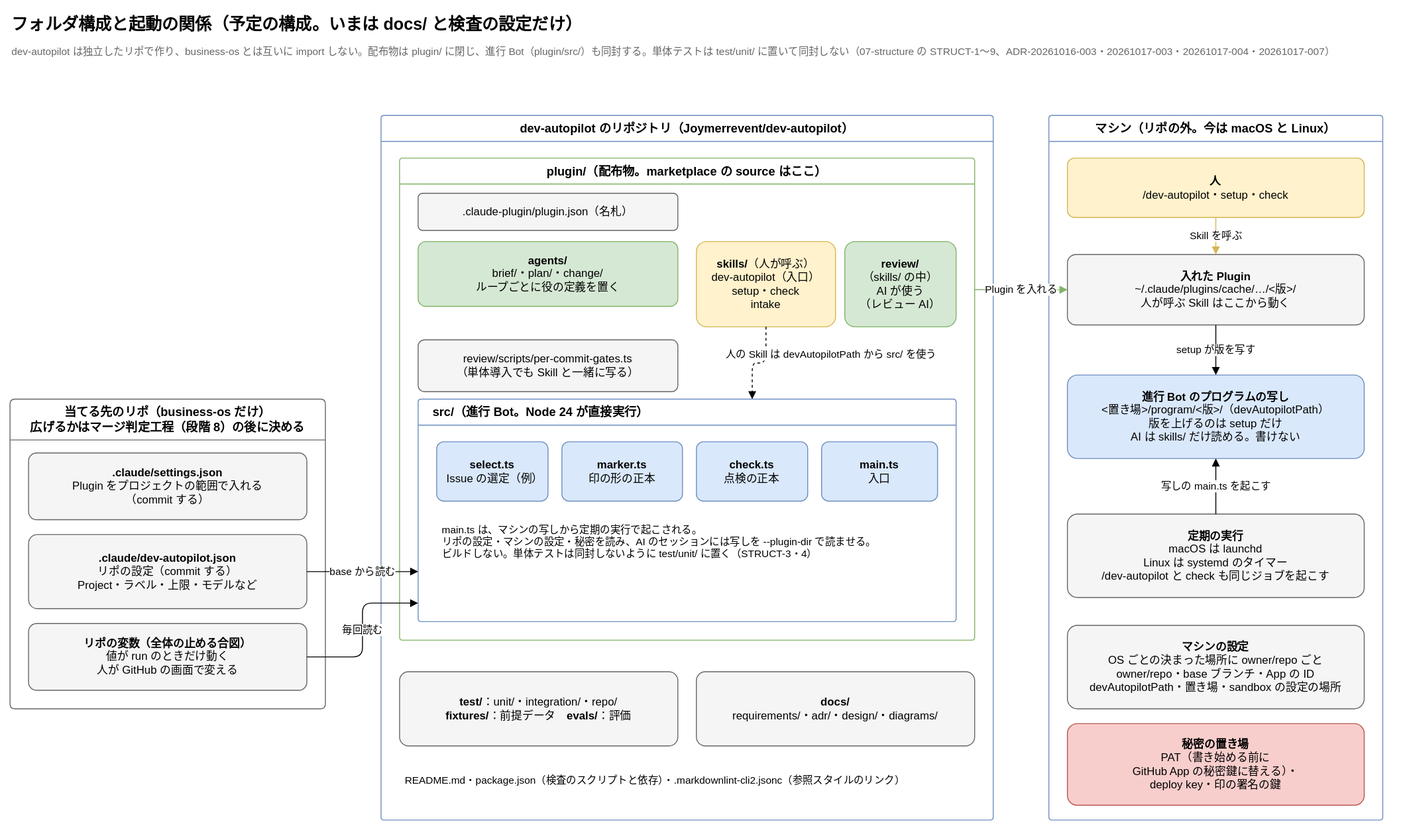
Joymerrevent/dev-autopilot keeps this draw.io diagram as docs/diagrams/structure.drawio.svg. Above is the earlier version. Source tidied: cells renumbered, new cells last; positions are measured from the earlier drawing's top-left corner, leaving out a move shared by most shapes.
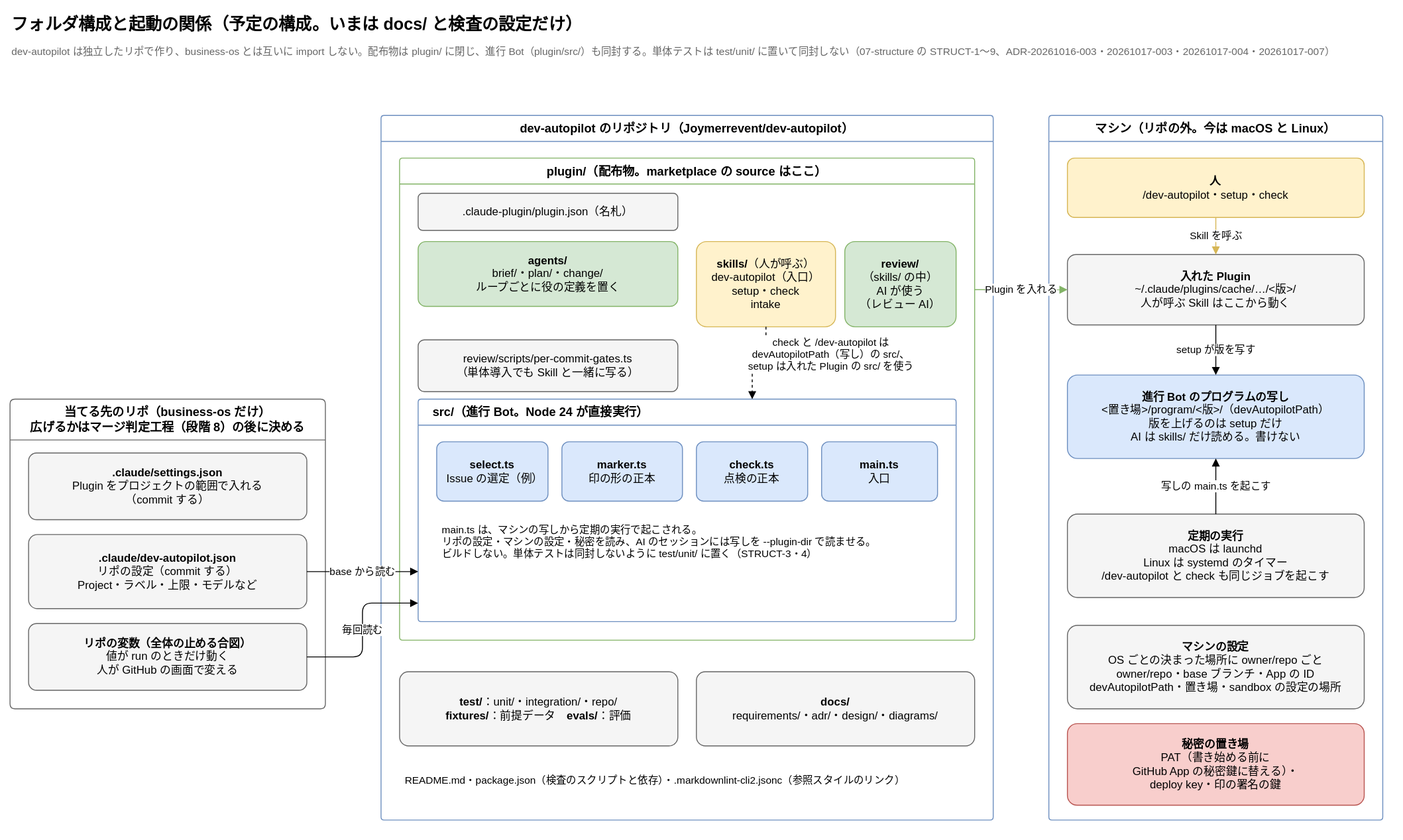
Later version of the same file.

Diff of the diagram source:
```diff
@@ -101,7 +101,7 @@
     <mxCell id="34" value="写しの main.ts を起こす" style="edgeStyle=orthogonalEdgeStyle;rounded=1;html=1;endArrow=block;endFill=1;fontSize=11;labelBackgroundColor=#ffffff;exitX=0.5;exitY=0;exitDx=0;exitDy=0;entryX=0.5;entryY=1;entryDx=0;entryDy=0;" parent="1" edge="1" source="28" target="27">
       <mxGeometry relative="1" as="geometry" />
     </mxCell>
-    <mxCell id="35" value="人の Skill は devAutopilotPath から src/ を使う" style="edgeStyle=orthogonalEdgeStyle;rounded=1;html=1;endArrow=block;endFill=1;fontSize=11;labelBackgroundColor=#ffffff;dashed=1;exitX=0.5;exitY=1;exitDx=0;exitDy=0;entryX=0.621;entryY=0;entryDx=0;entryDy=0;" parent="1" edge="1" source="12" target="14">
+    <mxCell id="35" value="check と /dev-autopilot は&lt;br&gt;devAutopilotPath（写し）の src/、&lt;br&gt;setup は入れた Plugin の src/ を使う" style="edgeStyle=orthogonalEdgeStyle;rounded=1;html=1;endArrow=block;endFill=1;fontSize=11;labelBackgroundColor=#ffffff;dashed=1;exitX=0.5;exitY=1;exitDx=0;exitDy=0;entryX=0.621;entryY=0;entryDx=0;entryDy=0;" parent="1" edge="1" source="12" target="14">
       <mxGeometry x="-0.35" relative="1" as="geometry">
         <mxPoint x="70" as="offset" />
       </mxGeometry>
```
